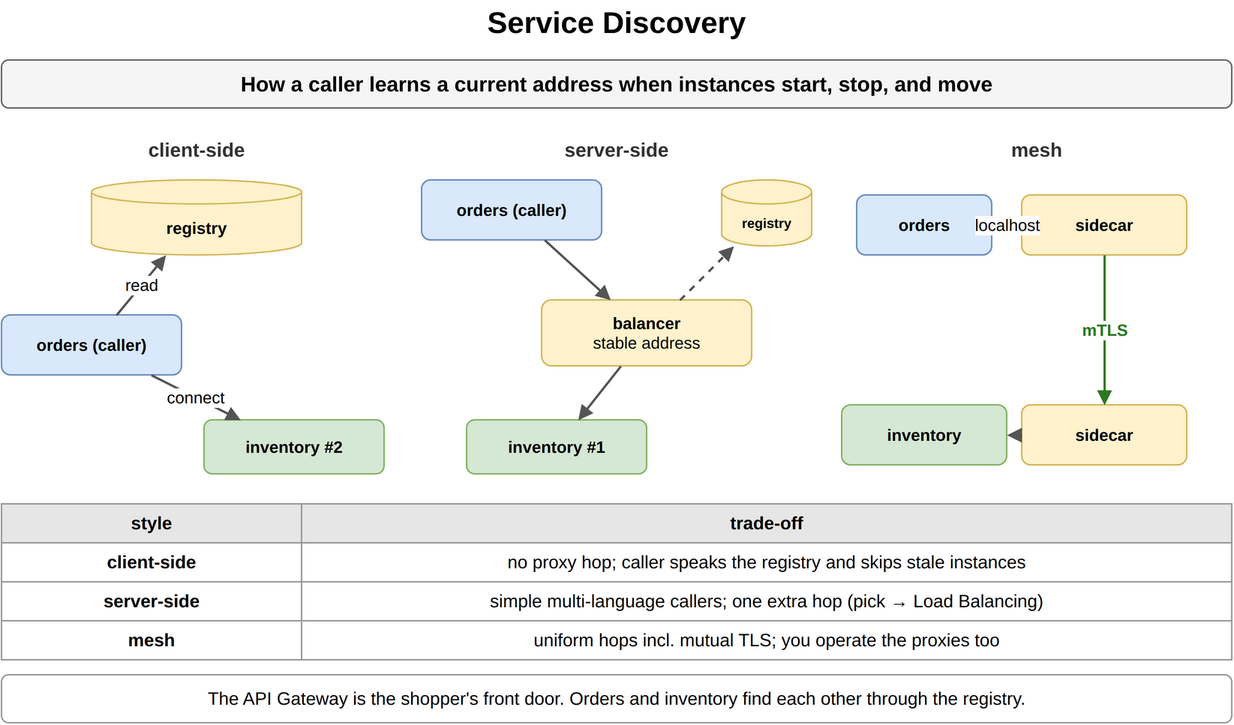
Earlier version of the draw.io export content/09_System_Design_Interview/12_Microservices_and_System_Decomposition/diagrams/microservices-7-service-discovery.png (amendez13/swe-study-guide). Source tidied: cells renumbered, new cells last; positions are measured from the earlier drawing's top-left corner, leaving out a move shared by most shapes.
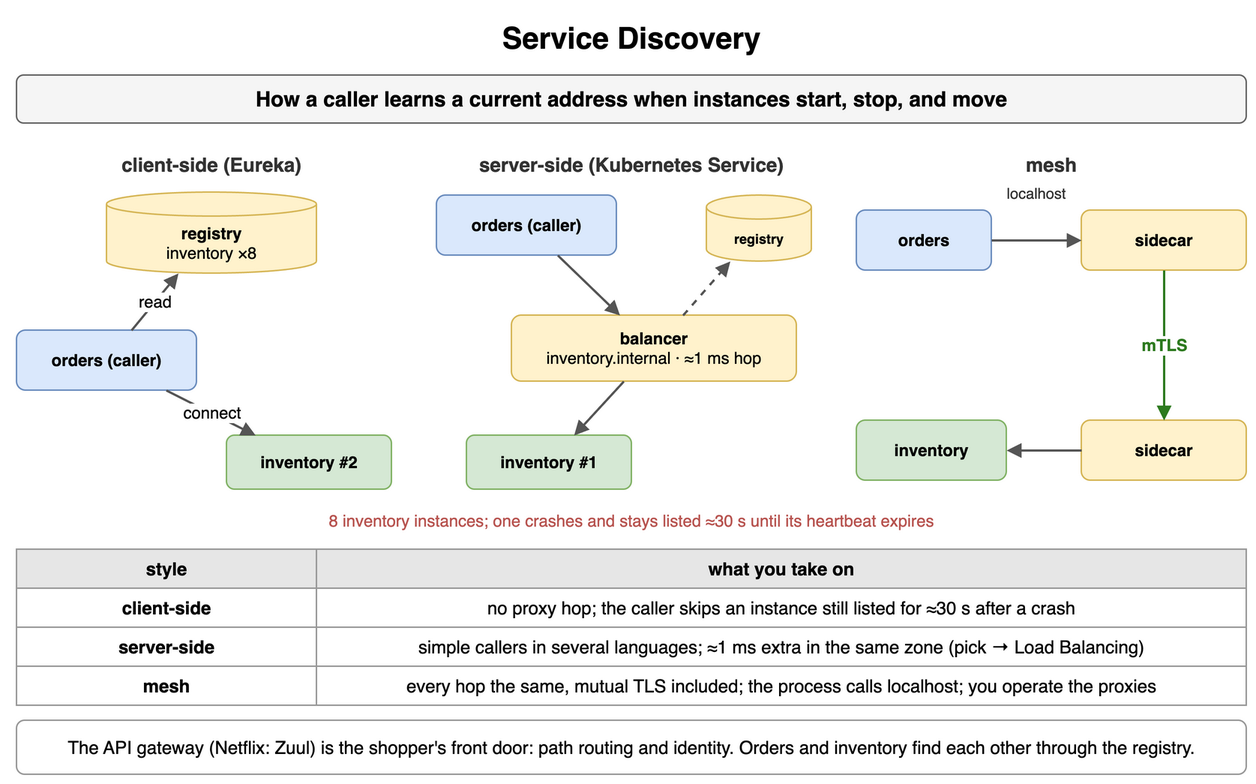
After the change.

Commit message:
docs(sdi): redraw microservices diagrams to match the online-store cards

Change to the diagram source:
```diff
@@ -8,23 +8,23 @@
     <mxCell id="3" value="How a caller learns a current address when instances start, stop, and move" style="rounded=1;whiteSpace=wrap;html=1;fillColor=#f5f5f5;strokeColor=#666666;fontStyle=1;fontSize=14;" parent="1" vertex="1">
       <mxGeometry y="40" width="820" height="32" as="geometry" />
     </mxCell>
-    <mxCell id="4" value="client-side" style="text;html=1;whiteSpace=wrap;fontSize=11;align=center;verticalAlign=middle;fontSize=13;fontColor=#333333;fontStyle=1;" parent="1" vertex="1">
+    <mxCell id="4" value="client-side (Eureka)" style="text;html=1;whiteSpace=wrap;fontSize=11;align=center;verticalAlign=middle;fontSize=13;fontColor=#333333;fontStyle=1;" parent="1" vertex="1">
       <mxGeometry y="90" width="260" height="20" as="geometry" />
     </mxCell>
-    <mxCell id="5" value="server-side" style="text;html=1;whiteSpace=wrap;fontSize=11;align=center;verticalAlign=middle;fontSize=13;fontColor=#333333;fontStyle=1;" parent="1" vertex="1">
+    <mxCell id="5" value="server-side (Kubernetes Service)" style="text;html=1;whiteSpace=wrap;fontSize=11;align=center;verticalAlign=middle;fontSize=13;fontColor=#333333;fontStyle=1;" parent="1" vertex="1">
       <mxGeometry x="280" y="90" width="260" height="20" as="geometry" />
     </mxCell>
     <mxCell id="6" value="mesh" style="text;html=1;whiteSpace=wrap;fontSize=11;align=center;verticalAlign=middle;fontSize=13;fontColor=#333333;fontStyle=1;" parent="1" vertex="1">
       <mxGeometry x="560" y="90" width="260" height="20" as="geometry" />
     </mxCell>
-    <mxCell id="7" value="registry" style="shape=cylinder3;whiteSpace=wrap;html=1;boundedLbl=1;backgroundOutline=1;size=8;fillColor=#fff2cc;strokeColor=#d6b656;fontStyle=1;fontSize=11;" parent="1" vertex="1">
-      <mxGeometry x="60" y="120" width="140" height="50" as="geometry" />
+    <mxCell id="7" value="registry&lt;br&gt;&lt;span style='font-weight:normal'&gt;inventory ×8&lt;/span&gt;" style="shape=cylinder3;whiteSpace=wrap;html=1;boundedLbl=1;backgroundOutline=1;size=8;fillColor=#fff2cc;strokeColor=#d6b656;fontStyle=1;fontSize=11;" parent="1" vertex="1">
+      <mxGeometry x="60" y="118" width="140" height="54" as="geometry" />
     </mxCell>
     <mxCell id="8" value="orders (caller)" style="rounded=1;whiteSpace=wrap;html=1;fillColor=#dae8fc;strokeColor=#6c8ebf;fontSize=11;align=center;fontStyle=1;" parent="1" vertex="1">
       <mxGeometry y="210" width="120" height="40" as="geometry" />
     </mxCell>
     <mxCell id="9" value="inventory #2" style="rounded=1;whiteSpace=wrap;html=1;fillColor=#d5e8d4;strokeColor=#82b366;fontSize=11;align=center;fontStyle=1;" parent="1" vertex="1">
-      <mxGeometry x="135" y="280" width="120" height="36" as="geometry" />
+      <mxGeometry x="140" y="280" width="110" height="36" as="geometry" />
     </mxCell>
     <mxCell id="10" value="read" style="endArrow=block;endSize=6;html=1;strokeWidth=1.5;strokeColor=#555555;fontSize=11;labelBackgroundColor=#ffffff;" parent="1" edge="1" source="8" target="7">
       <mxGeometry relative="1" as="geometry" />
@@ -35,14 +35,14 @@
     <mxCell id="12" value="orders (caller)" style="rounded=1;whiteSpace=wrap;html=1;fillColor=#dae8fc;strokeColor=#6c8ebf;fontSize=11;align=center;fontStyle=1;" parent="1" vertex="1">
       <mxGeometry x="280" y="120" width="120" height="40" as="geometry" />
     </mxCell>
-    <mxCell id="13" value="balancer&lt;br&gt;&lt;span style='font-weight:normal'&gt;stable address&lt;/span&gt;" style="rounded=1;whiteSpace=wrap;html=1;fillColor=#fff2cc;strokeColor=#d6b656;fontSize=11;align=center;fontStyle=1;" parent="1" vertex="1">
-      <mxGeometry x="360" y="200" width="140" height="44" as="geometry" />
+    <mxCell id="13" value="balancer&lt;br&gt;&lt;span style='font-weight:normal'&gt;inventory.internal · ≈1 ms hop&lt;/span&gt;" style="rounded=1;whiteSpace=wrap;html=1;fillColor=#fff2cc;strokeColor=#d6b656;fontSize=11;align=center;fontStyle=1;" parent="1" vertex="1">
+      <mxGeometry x="330" y="200" width="190" height="44" as="geometry" />
     </mxCell>
     <mxCell id="14" value="registry" style="shape=cylinder3;whiteSpace=wrap;html=1;boundedLbl=1;backgroundOutline=1;size=8;fillColor=#fff2cc;strokeColor=#d6b656;fontStyle=1;fontSize=9;" parent="1" vertex="1">
-      <mxGeometry x="480" y="120" width="60" height="44" as="geometry" />
+      <mxGeometry x="460" y="120" width="70" height="44" as="geometry" />
     </mxCell>
     <mxCell id="15" value="inventory #1" style="rounded=1;whiteSpace=wrap;html=1;fillColor=#d5e8d4;strokeColor=#82b366;fontSize=11;align=center;fontStyle=1;" parent="1" vertex="1">
-      <mxGeometry x="310" y="280" width="120" height="36" as="geometry" />
+      <mxGeometry x="300" y="280" width="110" height="36" as="geometry" />
     </mxCell>
     <mxCell id="16" style="endArrow=block;endSize=6;html=1;strokeWidth=1.5;strokeColor=#555555;fontSize=11;labelBackgroundColor=#ffffff;" parent="1" edge="1" source="12" target="13">
       <mxGeometry relative="1" as="geometry" />
@@ -54,52 +54,58 @@
       <mxGeometry relative="1" as="geometry" />
     </mxCell>
     <mxCell id="19" value="orders" style="rounded=1;whiteSpace=wrap;html=1;fillColor=#dae8fc;strokeColor=#6c8ebf;fontSize=11;align=center;fontStyle=1;" parent="1" vertex="1">
-      <mxGeometry x="570" y="130" width="90" height="40" as="geometry" />
+      <mxGeometry x="560" y="130" width="90" height="40" as="geometry" />
     </mxCell>
     <mxCell id="20" value="sidecar" style="rounded=1;whiteSpace=wrap;html=1;fillColor=#fff2cc;strokeColor=#d6b656;fontSize=11;align=center;fontStyle=1;" parent="1" vertex="1">
-      <mxGeometry x="680" y="130" width="110" height="40" as="geometry" />
+      <mxGeometry x="710" y="130" width="110" height="40" as="geometry" />
     </mxCell>
     <mxCell id="21" value="sidecar" style="rounded=1;whiteSpace=wrap;html=1;fillColor=#fff2cc;strokeColor=#d6b656;fontSize=11;align=center;fontStyle=1;" parent="1" vertex="1">
-      <mxGeometry x="680" y="270" width="110" height="40" as="geometry" />
+      <mxGeometry x="710" y="270" width="110" height="40" as="geometry" />
     </mxCell>
     <mxCell id="22" value="inventory" style="rounded=1;whiteSpace=wrap;html=1;fillColor=#d5e8d4;strokeColor=#82b366;fontSize=11;align=center;fontStyle=1;" parent="1" vertex="1">
-      <mxGeometry x="560" y="270" width="110" height="40" as="geometry" />
+      <mxGeometry x="560" y="270" width="100" height="40" as="geometry" />
     </mxCell>
-    <mxCell id="23" value="localhost" style="endArrow=block;endSize=6;html=1;strokeWidth=1.5;strokeColor=#555555;fontSize=11;labelBackgroundColor=#ffffff;" parent="1" edge="1" source="19" target="20">
+    <mxCell id="23" style="endArrow=block;endSize=6;html=1;strokeWidth=1.5;strokeColor=#555555;fontSize=11;labelBackgroundColor=#ffffff;" parent="1" edge="1" source="19" target="20">
       <mxGeometry relative="1" as="geometry" />
     </mxCell>
-    <mxCell id="24" value="mTLS" style="endArrow=block;endSize=6;html=1;strokeWidth=1.5;strokeColor=#2d7a1f;fontSize=11;labelBackgroundColor=#ffffff;fontColor=#2d7a1f;fontStyle=1;" parent="1" edge="1" source="20" target="21">
-      <mxGeometry relative="1" as="geometry" />
+    <mxCell id="24" value="localhost" style="text;html=1;whiteSpace=wrap;fontSize=11;align=center;verticalAlign=middle;fontSize=10;fontColor=#333333;" parent="1" vertex="1">
+      <mxGeometry x="650" y="110" width="60" height="18" as="geometry" />
     </mxCell>
-    <mxCell id="25" style="endArrow=block;endSize=6;html=1;strokeWidth=1.5;strokeColor=#555555;fontSize=11;labelBackgroundColor=#ffffff;" parent="1" edge="1" source="21" target="22">
+    <mxCell id="25" value="mTLS" style="endArrow=block;endSize=6;html=1;strokeWidth=1.5;strokeColor=#2d7a1f;fontSize=11;labelBackgroundColor=#ffffff;fontColor=#2d7a1f;fontStyle=1;" parent="1" edge="1" source="20" target="21">
       <mxGeometry relative="1" as="geometry" />
     </mxCell>
-    <mxCell id="26" value="style" style="whiteSpace=wrap;html=1;fillColor=#e6e6e6;strokeColor=#999999;fontStyle=1;fontSize=12;" parent="1" vertex="1">
-      <mxGeometry y="336" width="200" height="26" as="geometry" />
+    <mxCell id="26" style="endArrow=block;endSize=6;html=1;strokeWidth=1.5;strokeColor=#555555;fontSize=11;labelBackgroundColor=#ffffff;" parent="1" edge="1" source="21" target="22">
+      <mxGeometry relative="1" as="geometry" />
     </mxCell>
-    <mxCell id="27" value="trade-off" style="whiteSpace=wrap;html=1;fillColor=#e6e6e6;strokeColor=#999999;fontStyle=1;fontSize=12;" parent="1" vertex="1">
-      <mxGeometry x="200" y="336" width="620" height="26" as="geometry" />
+    <mxCell id="27" value="8 inventory instances; one crashes and stays listed ≈30 s until its heartbeat expires" style="text;html=1;whiteSpace=wrap;fontSize=11;align=center;verticalAlign=middle;fontSize=11;fontColor=#b85450;" parent="1" vertex="1">
+      <mxGeometry y="328" width="820" height="18" as="geometry" />
     </mxCell>
-    <mxCell id="28" value="client-side" style="whiteSpace=wrap;html=1;strokeColor=#999999;fontSize=12;fillColor=#ffffff;fontStyle=1;" parent="1" vertex="1">
-      <mxGeometry y="362" width="200" height="26" as="geometry" />
+    <mxCell id="28" value="style" style="whiteSpace=wrap;html=1;fillColor=#e6e6e6;strokeColor=#999999;fontStyle=1;fontSize=12;" parent="1" vertex="1">
+      <mxGeometry y="356" width="200" height="26" as="geometry" />
     </mxCell>
-    <mxCell id="29" value="no proxy hop; caller speaks the registry and skips stale instances" style="whiteSpace=wrap;html=1;strokeColor=#999999;fontSize=12;fillColor=#ffffff;" parent="1" vertex="1">
-      <mxGeometry x="200" y="362" width="620" height="26" as="geometry" />
+    <mxCell id="29" value="what you take on" style="whiteSpace=wrap;html=1;fillColor=#e6e6e6;strokeColor=#999999;fontStyle=1;fontSize=12;" parent="1" vertex="1">
+      <mxGeometry x="200" y="356" width="620" height="26" as="geometry" />
     </mxCell>
-    <mxCell id="30" value="server-side" style="whiteSpace=wrap;html=1;strokeColor=#999999;fontSize=12;fillColor=#ffffff;fontStyle=1;" parent="1" vertex="1">
-      <mxGeometry y="388" width="200" height="26" as="geometry" />
+    <mxCell id="30" value="client-side" style="whiteSpace=wrap;html=1;strokeColor=#999999;fontSize=12;fillColor=#ffffff;fontStyle=1;" parent="1" vertex="1">
+      <mxGeometry y="382" width="200" height="26" as="geometry" />
     </mxCell>
-    <mxCell id="31" value="simple multi-language callers; one extra hop (pick → Load Balancing)" style="whiteSpace=wrap;html=1;strokeColor=#999999;fontSize=12;fillColor=#ffffff;" parent="1" vertex="1">
-      <mxGeometry x="200" y="388" width="620" height="26" as="geometry" />
+    <mxCell id="31" value="no proxy hop; the caller skips an instance still listed for ≈30 s after a crash" style="whiteSpace=wrap;html=1;strokeColor=#999999;fontSize=12;fillColor=#ffffff;" parent="1" vertex="1">
+      <mxGeometry x="200" y="382" width="620" height="26" as="geometry" />
     </mxCell>
-    <mxCell id="32" value="mesh" style="whiteSpace=wrap;html=1;strokeColor=#999999;fontSize=12;fillColor=#ffffff;fontStyle=1;" parent="1" vertex="1">
-      <mxGeometry y="414" width="200" height="26" as="geometry" />
+    <mxCell id="32" value="server-side" style="whiteSpace=wrap;html=1;strokeColor=#999999;fontSize=12;fillColor=#ffffff;fontStyle=1;" parent="1" vertex="1">
+      <mxGeometry y="408" width="200" height="26" as="geometry" />
     </mxCell>
-    <mxCell id="33" value="uniform hops incl. mutual TLS; you operate the proxies too" style="whiteSpace=wrap;html=1;strokeColor=#999999;fontSize=12;fillColor=#ffffff;" parent="1" vertex="1">
-      <mxGeometry x="200" y="414" width="620" height="26" as="geometry" />
+    <mxCell id="33" value="simple callers in several languages; ≈1 ms extra in the same zone (pick → Load Balancing)" style="whiteSpace=wrap;html=1;strokeColor=#999999;fontSize=12;fillColor=#ffffff;" parent="1" vertex="1">
+      <mxGeometry x="200" y="408" width="620" height="26" as="geometry" />
     </mxCell>
-    <mxCell id="34" value="The API Gateway is the shopper's front door. Orders and inventory find each other through the registry." style="rounded=1;whiteSpace=wrap;html=1;fillColor=#ffffff;strokeColor=#999999;fontSize=12;align=center;" parent="1" vertex="1">
-      <mxGeometry y="450" width="820" height="32" as="geometry" />
+    <mxCell id="34" value="mesh" style="whiteSpace=wrap;html=1;strokeColor=#999999;fontSize=12;fillColor=#ffffff;fontStyle=1;" parent="1" vertex="1">
+      <mxGeometry y="434" width="200" height="26" as="geometry" />
     </mxCell>
+    <mxCell id="35" value="every hop the same, mutual TLS included; the process calls localhost; you operate the proxies" style="whiteSpace=wrap;html=1;strokeColor=#999999;fontSize=12;fillColor=#ffffff;" parent="1" vertex="1">
+      <mxGeometry x="200" y="434" width="620" height="26" as="geometry" />
+    </mxCell>
+    <mxCell id="36" value="The API gateway (Netflix: Zuul) is the shopper's front door: path routing and identity. Orders and inventory find each other through the registry." style="rounded=1;whiteSpace=wrap;html=1;fillColor=#ffffff;strokeColor=#999999;fontSize=12;align=center;" parent="1" vertex="1">
+      <mxGeometry y="470" width="820" height="36" as="geometry" />
+    </mxCell>
   </root>
 </mxGraphModel>
```
